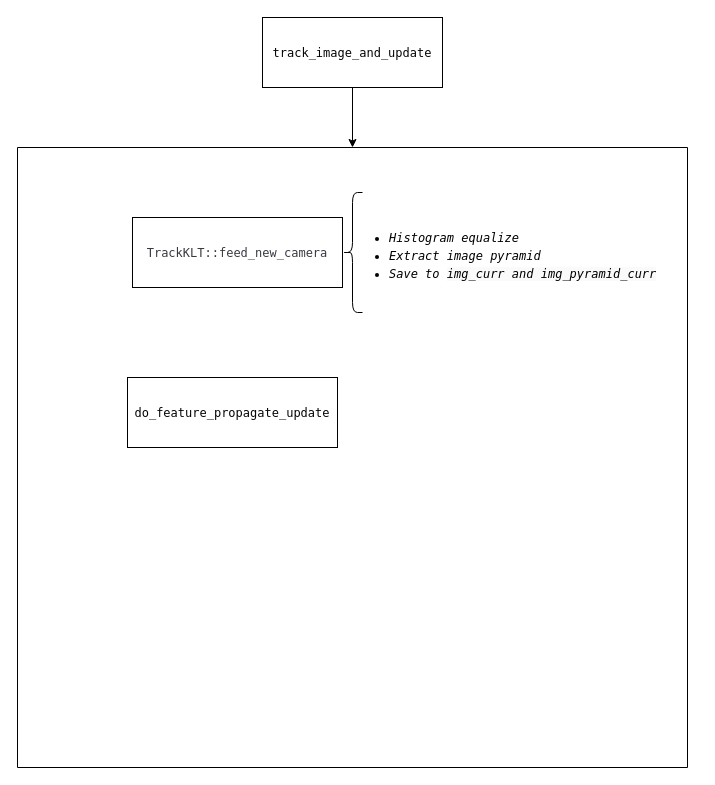
Before: openvins.drawio in buyibo64/flowChart, a draw.io diagram. Source tidied: cells renumbered, new cells numbered last; positions are measured from the earlier drawing's top-left corner, leaving out a move shared by most shapes. Both pictures are drawn from the tidied source at 100%, with x=0, y=0 at pixel (17, 17).
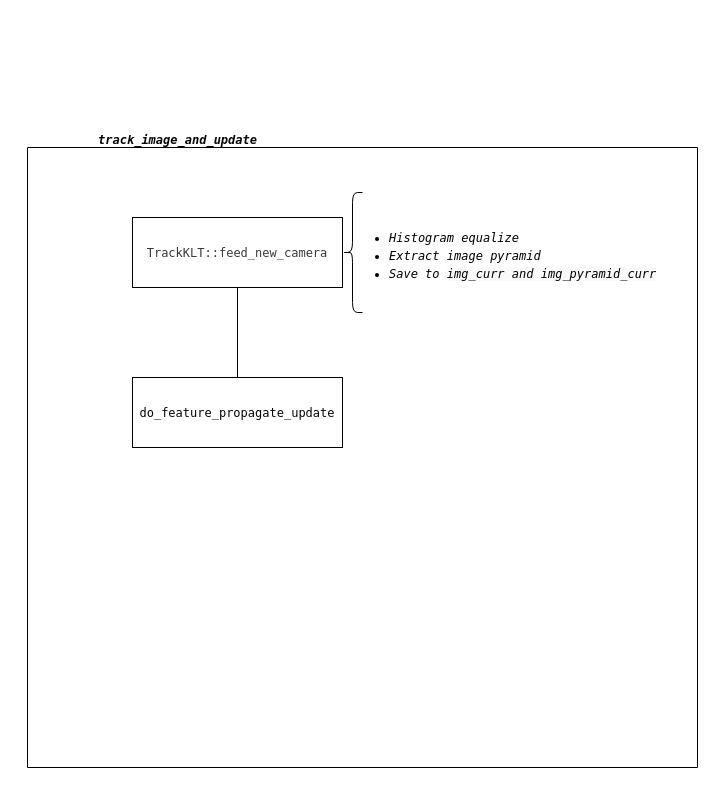
Above is the later version.

What changed in the source:
```diff
@@
 <mxGraphModel>
   <root>
     <mxCell id="0" />
     <mxCell id="1" parent="0" />
-    <mxCell id="2" style="edgeStyle=orthogonalEdgeStyle;rounded=0;jettySize=auto;html=1;exitX=0.5;exitY=1;exitDx=0;exitDy=0;" parent="1" edge="1" source="3" target="7">
-      <mxGeometry relative="1" as="geometry" />
-    </mxCell>
-    <mxCell id="3" value="&lt;div style=&quot;font-family: Menlo, Monaco, &amp;quot;Courier New&amp;quot;, monospace; line-height: 18px; white-space: pre;&quot;&gt;&lt;span&gt;&lt;font style=&quot;color: light-dark(rgb(5, 5, 5), rgb(91, 139, 244));&quot;&gt;track_image_and_update&lt;/font&gt;&lt;/span&gt;&lt;/div&gt;" style="rounded=0;whiteSpace=wrap;html=1;" parent="1" vertex="1">
-      <mxGeometry x="245" width="180" height="70" as="geometry" />
-    </mxCell>
+    <mxCell id="9" style="edgeStyle=orthogonalEdgeStyle;rounded=0;jettySize=auto;html=1;exitX=0.5;exitY=1;exitDx=0;exitDy=0;entryX=0.5;entryY=0;entryDx=0;entryDy=0;endArrow=none;startFill=0;" parent="1" edge="1" source="4" target="8">
+      <mxGeometry relative="1" as="geometry" />
+    </mxCell>
     <mxCell id="4" value="&lt;div style=&quot;font-family: Menlo, Monaco, &amp;quot;Courier New&amp;quot;, monospace; line-height: 18px; white-space: pre;&quot;&gt;&lt;div style=&quot;line-height: 18px;&quot;&gt;&lt;div style=&quot;line-height: 18px;&quot;&gt;&lt;font style=&quot;color: rgb(56, 58, 66);&quot;&gt;&lt;span&gt;TrackKLT&lt;/span&gt;::&lt;span&gt;feed_new_camera&lt;/span&gt;&lt;/font&gt;&lt;/div&gt;&lt;/div&gt;&lt;/div&gt;" style="rounded=0;whiteSpace=wrap;html=1;" parent="1" vertex="1">
       <mxGeometry x="115" y="200" width="210" height="70" as="geometry" />
     </mxCell>
     <mxCell id="5" style="shape=curlyBracket;whiteSpace=wrap;html=1;rounded=1;labelPosition=left;verticalLabelPosition=middle;align=right;verticalAlign=middle;" parent="1" vertex="1">
       <mxGeometry x="325" y="175" width="20" height="120" as="geometry" />
     </mxCell>
     <mxCell id="6" value="&lt;ul&gt;&lt;li&gt;&lt;div style=&quot;font-family: Menlo, Monaco, &amp;quot;Courier New&amp;quot;, monospace; line-height: 18px; white-space: pre;&quot;&gt;&lt;span style=&quot;&quot;&gt;&lt;font&gt;Histogram equalize&lt;/font&gt;&lt;/span&gt;&lt;/div&gt;&lt;/li&gt;&lt;li&gt;&lt;div style=&quot;font-family: Menlo, Monaco, &amp;quot;Courier New&amp;quot;, monospace; line-height: 18px; white-space: pre;&quot;&gt;&lt;span style=&quot;&quot;&gt;&lt;font&gt;Extract image pyramid&lt;/font&gt;&lt;/span&gt;&lt;/div&gt;&lt;/li&gt;&lt;li&gt;&lt;div style=&quot;font-family: Menlo, Monaco, &amp;quot;Courier New&amp;quot;, monospace; line-height: 18px; white-space: pre;&quot;&gt;&lt;font&gt;&lt;span style=&quot;&quot;&gt;&lt;font&gt;Save to &lt;/font&gt;&lt;/span&gt;&lt;span style=&quot;background-color: rgb(250, 250, 250);&quot;&gt;img_curr and &lt;/span&gt;&lt;span style=&quot;background-color: rgb(250, 250, 250);&quot;&gt;img_pyramid_curr&lt;/span&gt;&lt;/font&gt;&lt;/div&gt;&lt;/li&gt;&lt;/ul&gt;" style="text;strokeColor=none;fillColor=none;html=1;whiteSpace=wrap;verticalAlign=middle;overflow=hidden;fontStyle=2;" parent="1" vertex="1">
       <mxGeometry x="330" y="175" width="330" height="125" as="geometry" />
     </mxCell>
     <mxCell id="7" style="swimlane;startSize=0;" parent="1" vertex="1">
-      <mxGeometry y="130" width="670" height="620" as="geometry" />
+      <mxGeometry x="10" y="130" width="670" height="620" as="geometry" />
     </mxCell>
     <mxCell id="8" value="&lt;div style=&quot;font-family: Menlo, Monaco, &amp;quot;Courier New&amp;quot;, monospace; line-height: 18px; white-space: pre;&quot;&gt;&lt;div style=&quot;line-height: 18px;&quot;&gt;&lt;div style=&quot;line-height: 18px;&quot;&gt;&lt;div style=&quot;line-height: 18px;&quot;&gt;&lt;span&gt;&lt;font style=&quot;color: light-dark(rgb(5, 5, 5), rgb(91, 139, 244));&quot;&gt;do_feature_propagate_update&lt;/font&gt;&lt;/span&gt;&lt;/div&gt;&lt;/div&gt;&lt;/div&gt;&lt;/div&gt;" style="rounded=0;whiteSpace=wrap;html=1;" parent="7" vertex="1">
-      <mxGeometry x="110" y="230" width="210" height="70" as="geometry" />
+      <mxGeometry x="105" y="230" width="210" height="70" as="geometry" />
     </mxCell>
+    <mxCell id="3" value="&lt;span style=&quot;color: rgb(5, 5, 5); font-family: Menlo, Monaco, &amp;quot;Courier New&amp;quot;, monospace; white-space-collapse: preserve;&quot;&gt;&lt;b&gt;&lt;i&gt;track_image_and_update&lt;/i&gt;&lt;/b&gt;&lt;/span&gt;" style="text;html=1;align=center;verticalAlign=middle;points=[];strokeColor=none;fillColor=none;" parent="1" vertex="1">
+      <mxGeometry x="70" y="108" width="180" height="30" as="geometry" />
+    </mxCell>
   </root>
 </mxGraphModel>
```
